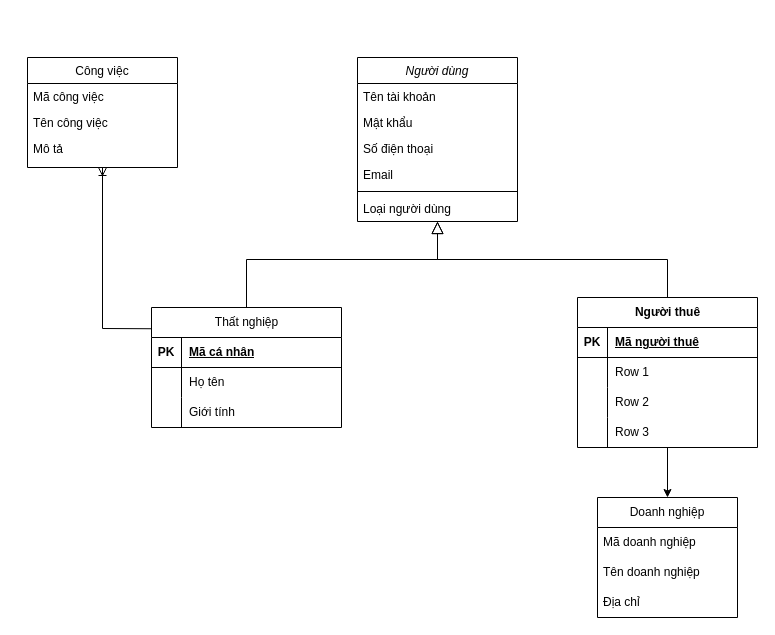
LeeTaDa/LeTatDat keeps this draw.io diagram as ThucThe.drawio. Above is the earlier version. Source tidied: cells renumbered, new cells numbered last; positions are measured from the earlier drawing's top-left corner, leaving out a move shared by most shapes. Both pictures are drawn from the tidied source at 100%, with x=0, y=0 at pixel (27, 57).
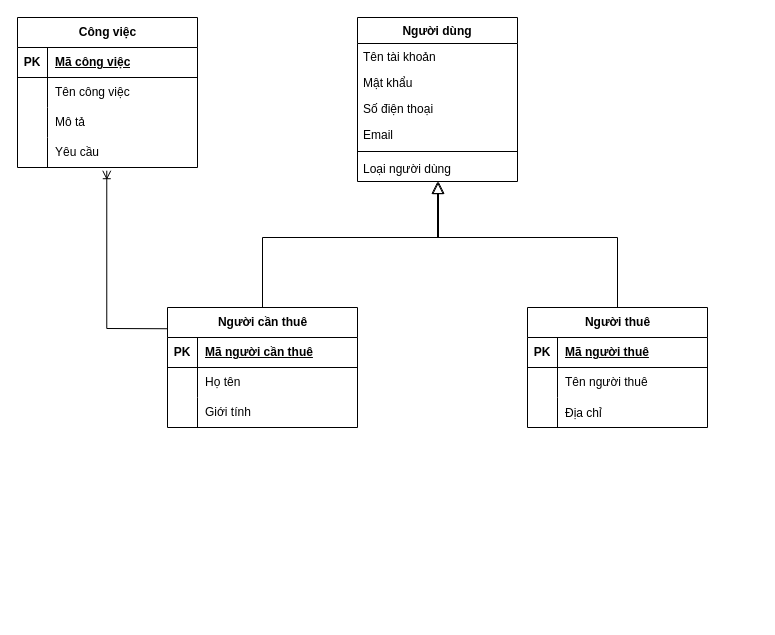
The same diagram, later.

The change refers to these unchanged cells:
```xml
<mxCell id="20" style="shape=tableRow;horizontal=0;startSize=0;swimlaneHead=0;swimlaneBody=0;fillColor=none;top=0;left=0;right=0;bottom=1;" parent="19" vertex="1">
  <mxGeometry y="30" width="190" height="30" as="geometry" />
</mxCell>
```

Change to the diagram source:
```diff
@@
-    <mxCell id="2" value="Người dùng" style="swimlane;fontStyle=2;align=center;verticalAlign=top;horizontal=1;startSize=26;rounded=0;shadow=0;strokeWidth=1;" parent="1" vertex="1">
-      <mxGeometry x="330" width="160" height="164" as="geometry" />
+    <mxCell id="2" value="Người dùng" style="swimlane;fontStyle=1;align=center;verticalAlign=top;horizontal=1;startSize=26;rounded=0;shadow=0;strokeWidth=1;" parent="1" vertex="1">
+      <mxGeometry x="330" y="-40" width="160" height="164" as="geometry" />
     </mxCell>
@@
-    <mxCell id="9" style="endArrow=block;endSize=10;endFill=0;shadow=0;strokeWidth=1;rounded=0;curved=0;edgeStyle=elbowEdgeStyle;elbow=vertical;exitX=0.5;exitY=0;exitDx=0;exitDy=0;" parent="1" edge="1" source="19" target="2">
+    <mxCell id="9" style="endArrow=block;endSize=10;endFill=0;shadow=0;strokeWidth=1;rounded=0;curved=0;edgeStyle=elbowEdgeStyle;elbow=vertical;exitX=0.5;exitY=0;exitDx=0;exitDy=0;" parent="1" edge="1" source="19">
       <mxGeometry relative="1" as="geometry">
+        <mxPoint x="411" y="124" as="targetPoint" />
         <Array as="points">
-          <mxPoint x="170" y="202" />
+          <mxPoint x="310" y="180" />
         </Array>
       </mxGeometry>
     </mxCell>
     <mxCell id="10" style="endArrow=block;endSize=10;endFill=0;shadow=0;strokeWidth=1;rounded=0;curved=0;edgeStyle=elbowEdgeStyle;elbow=vertical;exitX=0.5;exitY=0;exitDx=0;exitDy=0;" parent="1" edge="1" source="30" target="2">
-      <mxGeometry relative="1" as="geometry" />
+      <mxGeometry relative="1" as="geometry">
+        <Array as="points">
+          <mxPoint x="410" y="180" />
+          <mxPoint x="520" y="180" />
+        </Array>
+      </mxGeometry>
     </mxCell>
-    <mxCell id="11" value="Công việc" style="swimlane;fontStyle=0;align=center;verticalAlign=top;horizontal=1;startSize=26;rounded=0;shadow=0;strokeWidth=1;" parent="1" vertex="1">
-      <mxGeometry width="150" height="110" as="geometry" />
-    </mxCell>
-    <mxCell id="12" value="Mã công việc" style="text;align=left;verticalAlign=top;spacingLeft=4;spacingRight=4;overflow=hidden;" parent="11" vertex="1">
-      <mxGeometry y="26" width="150" height="26" as="geometry" />
-    </mxCell>
-    <mxCell id="13" value="Tên công việc" style="text;align=left;verticalAlign=top;spacingLeft=4;spacingRight=4;overflow=hidden;rounded=0;shadow=0;html=0;" parent="11" vertex="1">
-      <mxGeometry y="52" width="150" height="26" as="geometry" />
-    </mxCell>
-    <mxCell id="14" value="Mô tả" style="text;align=left;verticalAlign=top;spacingLeft=4;spacingRight=4;overflow=hidden;rounded=0;shadow=0;html=0;" parent="11" vertex="1">
-      <mxGeometry y="78" width="150" height="26" as="geometry" />
-    </mxCell>
-    <mxCell id="15" value="Doanh nghiệp" style="swimlane;fontStyle=0;horizontal=1;startSize=30;whiteSpace=wrap;html=1;" parent="1" vertex="1">
-      <mxGeometry x="570" y="440" width="140" height="120" as="geometry" />
-    </mxCell>
-    <mxCell id="16" value="Mã doanh nghiệp" style="text;strokeColor=none;fillColor=none;align=left;verticalAlign=middle;spacingLeft=4;spacingRight=4;overflow=hidden;whiteSpace=wrap;html=1;" parent="15" vertex="1">
-      <mxGeometry y="30" width="140" height="30" as="geometry" />
-    </mxCell>
-    <mxCell id="17" value="Tên doanh nghiệp&lt;span style=&quot;white-space: pre;&quot;&gt;&#9;&lt;/span&gt;" style="text;strokeColor=none;fillColor=none;align=left;verticalAlign=middle;spacingLeft=4;spacingRight=4;overflow=hidden;whiteSpace=wrap;html=1;" parent="15" vertex="1">
-      <mxGeometry y="60" width="140" height="30" as="geometry" />
-    </mxCell>
-    <mxCell id="18" value="Địa chỉ" style="text;strokeColor=none;fillColor=none;align=left;verticalAlign=middle;spacingLeft=4;spacingRight=4;overflow=hidden;whiteSpace=wrap;html=1;" parent="15" vertex="1">
-      <mxGeometry y="90" width="140" height="30" as="geometry" />
-    </mxCell>
-    <mxCell id="19" value="&lt;span style=&quot;font-weight: 400;&quot;&gt;Thất nghiệp&lt;/span&gt;" style="shape=table;startSize=30;childLayout=tableLayout;rowLines=0;fontStyle=1;align=center;html=1;" parent="1" vertex="1">
-      <mxGeometry x="124" y="250" width="190" height="120" as="geometry" />
+    <mxCell id="19" value="Người cần thuê" style="shape=table;startSize=30;childLayout=tableLayout;rowLines=0;fontStyle=1;align=center;html=1;" parent="1" vertex="1">
+      <mxGeometry x="140" y="250" width="190" height="120" as="geometry" />
     </mxCell>
@@
-    <mxCell id="22" value="Mã cá nhân" style="shape=partialRectangle;fillColor=none;top=0;left=0;bottom=0;right=0;align=left;spacingLeft=6;fontStyle=5;overflow=hidden;whiteSpace=wrap;html=1;" parent="20" vertex="1">
+    <mxCell id="22" value="Mã người cần thuê" style="shape=partialRectangle;fillColor=none;top=0;left=0;bottom=0;right=0;align=left;spacingLeft=6;fontStyle=5;overflow=hidden;whiteSpace=wrap;html=1;" parent="20" vertex="1">
       <mxGeometry x="30" width="160" height="30" as="geometry" />
     </mxCell>
@@
-    <mxCell id="29" style="edgeStyle=orthogonalEdgeStyle;rounded=0;jettySize=auto;html=1;entryX=0.5;entryY=0;entryDx=0;entryDy=0;" parent="1" edge="1" source="30" target="15">
-      <mxGeometry relative="1" as="geometry" />
-    </mxCell>
     <mxCell id="30" value="Người thuê" style="shape=table;startSize=30;childLayout=tableLayout;rowLines=0;fontStyle=1;align=center;html=1;" parent="1" vertex="1">
-      <mxGeometry x="550" y="240" width="180" height="150" as="geometry" />
+      <mxGeometry x="500" y="250" width="180" height="120" as="geometry" />
     </mxCell>
@@
-    <mxCell id="34" style="shape=tableRow;horizontal=0;startSize=0;swimlaneHead=0;swimlaneBody=0;fillColor=none;top=0;left=0;right=0;bottom=0;" parent="30" vertex="1">
-      <mxGeometry y="60" width="180" height="30" as="geometry" />
-    </mxCell>
-    <mxCell id="35" style="shape=partialRectangle;fillColor=none;top=0;left=0;bottom=0;right=0;overflow=hidden;whiteSpace=wrap;html=1;" parent="34" vertex="1">
-      <mxGeometry width="30" height="30" as="geometry" />
-    </mxCell>
-    <mxCell id="36" value="Row 1" style="shape=partialRectangle;fillColor=none;top=0;left=0;bottom=0;right=0;align=left;spacingLeft=6;overflow=hidden;whiteSpace=wrap;html=1;" parent="34" vertex="1">
-      <mxGeometry x="30" width="150" height="30" as="geometry" />
-    </mxCell>
-    <mxCell id="37" style="shape=tableRow;horizontal=0;startSize=0;swimlaneHead=0;swimlaneBody=0;fillColor=none;top=0;left=0;right=0;bottom=0;" parent="30" vertex="1">
-      <mxGeometry y="90" width="180" height="30" as="geometry" />
-    </mxCell>
-    <mxCell id="38" style="shape=partialRectangle;fillColor=none;top=0;left=0;bottom=0;right=0;overflow=hidden;whiteSpace=wrap;html=1;" parent="37" vertex="1">
-      <mxGeometry width="30" height="30" as="geometry" />
-    </mxCell>
-    <mxCell id="39" value="Row 2" style="shape=partialRectangle;fillColor=none;top=0;left=0;bottom=0;right=0;align=left;spacingLeft=6;overflow=hidden;whiteSpace=wrap;html=1;" parent="37" vertex="1">
-      <mxGeometry x="30" width="150" height="30" as="geometry" />
-    </mxCell>
     <mxCell id="40" style="shape=tableRow;horizontal=0;startSize=0;swimlaneHead=0;swimlaneBody=0;fillColor=none;top=0;left=0;right=0;bottom=0;" parent="30" vertex="1">
-      <mxGeometry y="120" width="180" height="30" as="geometry" />
+      <mxGeometry y="60" width="180" height="30" as="geometry" />
     </mxCell>
@@
-    <mxCell id="42" value="Row 3" style="shape=partialRectangle;fillColor=none;top=0;left=0;bottom=0;right=0;align=left;spacingLeft=6;overflow=hidden;whiteSpace=wrap;html=1;" parent="40" vertex="1">
+    <mxCell id="42" value="Tên người thuê" style="shape=partialRectangle;fillColor=none;top=0;left=0;bottom=0;right=0;align=left;spacingLeft=6;overflow=hidden;whiteSpace=wrap;html=1;" parent="40" vertex="1">
       <mxGeometry x="30" width="150" height="30" as="geometry" />
     </mxCell>
+    <mxCell id="44" style="shape=tableRow;horizontal=0;startSize=0;swimlaneHead=0;swimlaneBody=0;fillColor=none;top=0;left=0;right=0;bottom=0;" parent="30" vertex="1">
+      <mxGeometry y="90" width="180" height="30" as="geometry" />
+    </mxCell>
+    <mxCell id="45" style="shape=partialRectangle;fillColor=none;top=0;left=0;bottom=0;right=0;overflow=hidden;" parent="44" vertex="1">
+      <mxGeometry width="30" height="30" as="geometry" />
+    </mxCell>
+    <mxCell id="18" value="Địa chỉ" style="shape=partialRectangle;fillColor=none;top=0;left=0;bottom=0;right=0;align=left;spacingLeft=6;overflow=hidden;" parent="44" vertex="1">
+      <mxGeometry x="30" width="150" height="30" as="geometry" />
+    </mxCell>
-    <mxCell id="43" style="edgeStyle=elbowEdgeStyle;fontSize=12;html=1;endArrow=ERoneToMany;rounded=0;entryX=0.5;entryY=1;entryDx=0;entryDy=0;exitX=-0.002;exitY=0.177;exitDx=0;exitDy=0;exitPerimeter=0;elbow=vertical;" parent="1" edge="1" source="19" target="11">
+    <mxCell id="43" style="edgeStyle=elbowEdgeStyle;fontSize=12;html=1;endArrow=ERoneToMany;rounded=0;entryX=0.496;entryY=1.107;entryDx=0;entryDy=0;exitX=-0.002;exitY=0.177;exitDx=0;exitDy=0;exitPerimeter=0;elbow=vertical;entryPerimeter=0;" parent="1" edge="1" source="19" target="51">
       <mxGeometry relative="1" as="geometry">
         <Array as="points">
           <mxPoint x="100" y="271" />
         </Array>
       </mxGeometry>
     </mxCell>
+    <mxCell id="11" value="Công việc" style="shape=table;startSize=30;childLayout=tableLayout;rowLines=0;fontStyle=1;align=center;html=1;" parent="1" vertex="1">
+      <mxGeometry x="-10" y="-40" width="180" height="150" as="geometry" />
+    </mxCell>
+    <mxCell id="46" style="shape=tableRow;horizontal=0;startSize=0;swimlaneHead=0;swimlaneBody=0;fillColor=none;top=0;left=0;right=0;bottom=1;" parent="11" vertex="1">
+      <mxGeometry y="30" width="180" height="30" as="geometry" />
+    </mxCell>
+    <mxCell id="47" value="PK" style="shape=partialRectangle;fillColor=none;top=0;left=0;bottom=0;right=0;fontStyle=1;overflow=hidden;whiteSpace=wrap;html=1;" parent="46" vertex="1">
+      <mxGeometry width="30" height="30" as="geometry" />
+    </mxCell>
+    <mxCell id="12" value="Mã công việc" style="shape=partialRectangle;fillColor=none;top=0;left=0;bottom=0;right=0;align=left;spacingLeft=6;fontStyle=5;overflow=hidden;whiteSpace=wrap;html=1;" parent="46" vertex="1">
+      <mxGeometry x="30" width="150" height="30" as="geometry" />
+    </mxCell>
+    <mxCell id="34" style="shape=tableRow;horizontal=0;startSize=0;swimlaneHead=0;swimlaneBody=0;fillColor=none;top=0;left=0;right=0;bottom=0;" parent="11" vertex="1">
+      <mxGeometry y="60" width="180" height="30" as="geometry" />
+    </mxCell>
+    <mxCell id="48" style="shape=partialRectangle;fillColor=none;top=0;left=0;bottom=0;right=0;overflow=hidden;whiteSpace=wrap;html=1;" parent="34" vertex="1">
+      <mxGeometry width="30" height="30" as="geometry" />
+    </mxCell>
+    <mxCell id="13" value="Tên công việc" style="shape=partialRectangle;fillColor=none;top=0;left=0;bottom=0;right=0;align=left;spacingLeft=6;overflow=hidden;whiteSpace=wrap;html=1;" parent="34" vertex="1">
+      <mxGeometry x="30" width="150" height="30" as="geometry" />
+    </mxCell>
+    <mxCell id="49" style="shape=tableRow;horizontal=0;startSize=0;swimlaneHead=0;swimlaneBody=0;fillColor=none;top=0;left=0;right=0;bottom=0;" parent="11" vertex="1">
+      <mxGeometry y="90" width="180" height="30" as="geometry" />
+    </mxCell>
+    <mxCell id="50" style="shape=partialRectangle;fillColor=none;top=0;left=0;bottom=0;right=0;overflow=hidden;whiteSpace=wrap;html=1;" parent="49" vertex="1">
+      <mxGeometry width="30" height="30" as="geometry" />
+    </mxCell>
+    <mxCell id="14" value="Mô tả" style="shape=partialRectangle;fillColor=none;top=0;left=0;bottom=0;right=0;align=left;spacingLeft=6;overflow=hidden;whiteSpace=wrap;html=1;" parent="49" vertex="1">
+      <mxGeometry x="30" width="150" height="30" as="geometry" />
+    </mxCell>
+    <mxCell id="51" style="shape=tableRow;horizontal=0;startSize=0;swimlaneHead=0;swimlaneBody=0;fillColor=none;points=[[0,0.5],[1,0.5]];portConstraint=eastwest;top=0;left=0;right=0;bottom=0;" parent="11" vertex="1">
+      <mxGeometry y="120" width="180" height="30" as="geometry" />
+    </mxCell>
+    <mxCell id="52" style="shape=partialRectangle;fillColor=none;top=0;left=0;bottom=0;right=0;overflow=hidden;whiteSpace=wrap;html=1;" parent="51" vertex="1">
+      <mxGeometry width="30" height="30" as="geometry" />
+    </mxCell>
+    <mxCell id="53" value="Yêu cầu" style="shape=partialRectangle;fillColor=none;top=0;left=0;bottom=0;right=0;align=left;spacingLeft=6;overflow=hidden;whiteSpace=wrap;html=1;" parent="51" vertex="1">
+      <mxGeometry x="30" width="150" height="30" as="geometry" />
+    </mxCell>
```
